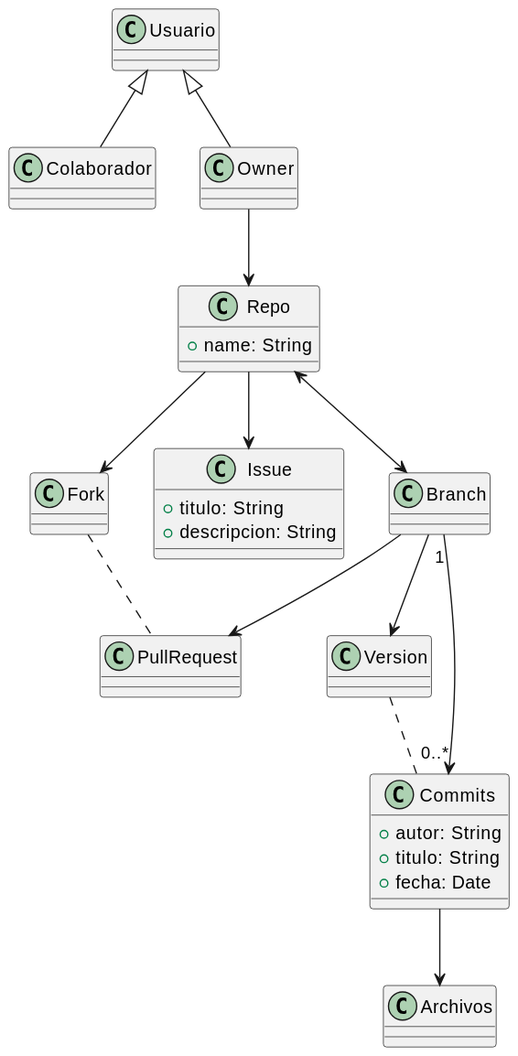
This is images/Original/ModeloClases.svg from Ingenieria-Informatica-UNEATLANTICO/app-actividad-post-parcial-0xJVR, a PlantUML export, as it was before one commit. The source it was exported from:
```plantuml
@startuml
class Usuario
class Colaborador
class Owner
class Repo {
  +name: String
}
class Fork
class Issue {
  +titulo: String
  +descripcion: String
}
class Branch
class PullRequest
class Version
class Commits {
  +autor: String
  +titulo: String
  +fecha: Date
}
class Archivos

Usuario <|-- Owner
Usuario <|-- Colaborador
Owner --> Repo
Repo <--> Branch
Repo --> Fork
Repo --> Issue
Branch --> PullRequest
Branch --> Version
Branch "1" --> "0..*" Commits
Commits --> Archivos
Fork .. PullRequest
Version .. Commits
@enduml
```
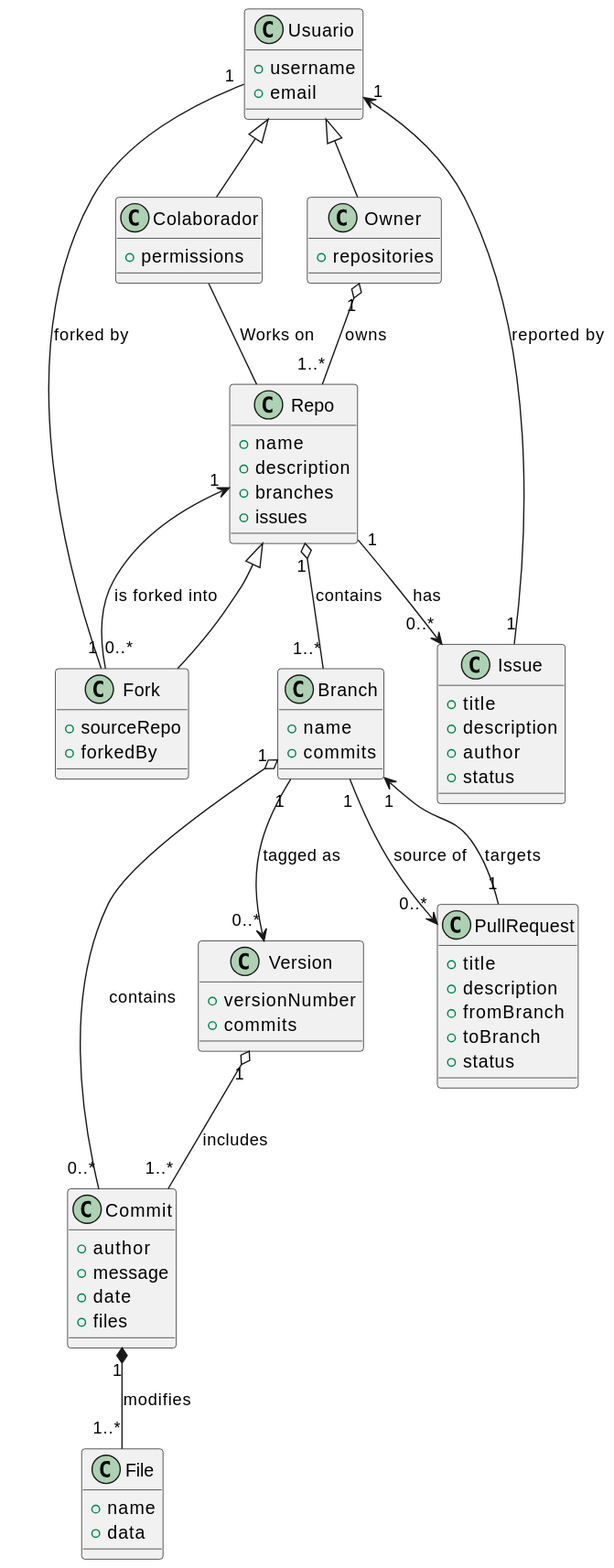
The same diagram one commit later.

Commit message:
Update Class Model SVG

What changed in the source:
```diff
@@ -1,35 +1,83 @@
 @startuml
-class Usuario
-class Colaborador
-class Owner
-class Repo {
-  +name: String
+class Usuario {
+    +username
+    +email
 }
-class Fork
-class Issue {
-  +titulo: String
-  +descripcion: String
+
+class Colaborador {
+    +permissions
 }
-class Branch
-class PullRequest
-class Version
-class Commits {
-  +autor: String
-  +titulo: String
-  +fecha: Date
+
+class Owner {
+    +repositories
 }
-class Archivos
 
 Usuario <|-- Owner
 Usuario <|-- Colaborador
-Owner --> Repo
-Repo <--> Branch
-Repo --> Fork
-Repo --> Issue
-Branch --> PullRequest
-Branch --> Version
-Branch "1" --> "0..*" Commits
-Commits --> Archivos
-Fork .. PullRequest
-Version .. Commits
+
+class Repo {
+    +name
+    +description
+    +branches
+    +issues
+}
+
+class Fork {
+    +sourceRepo
+    +forkedBy
+}
+
+Fork --|> Repo
+
+Owner "1" o-- "1..*" Repo : owns
+Colaborador -- Repo : Works on
+Repo "1" o-- "1..*" Branch : contains
+Repo "1" --> "0..*" Issue : has
+Repo "1" <-- "0..*" Fork : is forked into
+Fork "1" -- "1" Usuario : forked by
+
+class Branch {
+    +name
+    +commits
+}
+
+class Commit {
+    +author
+    +message
+    +date
+    +files
+}
+
+class File {
+    +name
+    +data
+}
+
+class Version {
+    +versionNumber
+    +commits
+}
+
+class Issue {
+    +title
+    +description
+    +author
+    +status
+}
+
+class PullRequest {
+    +title
+    +description
+    +fromBranch
+    +toBranch
+    +status
+}
+
+Branch "1" o-- "0..*" Commit : contains
+Commit "1" *-- "1..*" File : modifies
+Branch "1" --> "0..*" Version : tagged as
+Version "1" o-- "1..*" Commit : includes
+Branch "1" --> "0..*" PullRequest : source of
+PullRequest "1" --> "1" Branch : targets
+Issue "1" --> "1" Usuario : reported by
 @enduml
```
